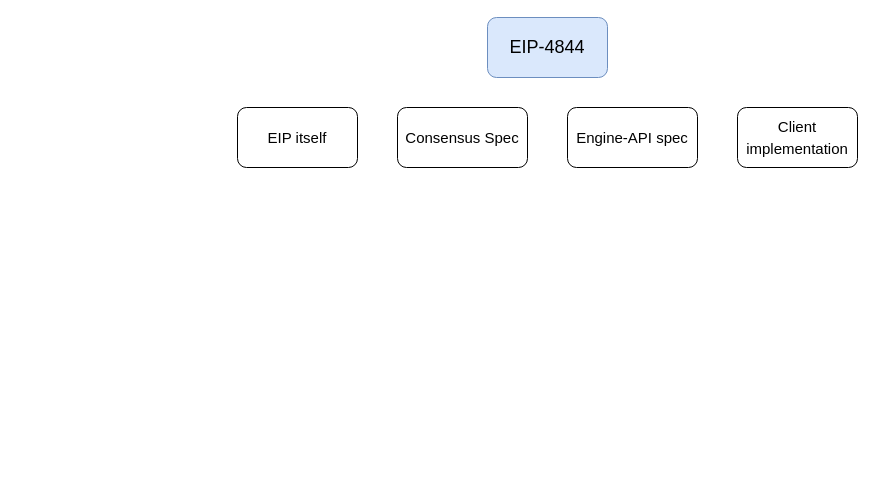
Above: ethereum-research/EIP-4844 work progress.drawio in 0xyicheng/a-research-diagram (draw.io), before the change. Source tidied: cells renumbered, new cells numbered last; positions are measured from the earlier drawing's top-left corner, leaving out a move shared by most shapes. Both pictures are drawn from the tidied source at 100%, with x=0, y=0 at pixel (237, 17).
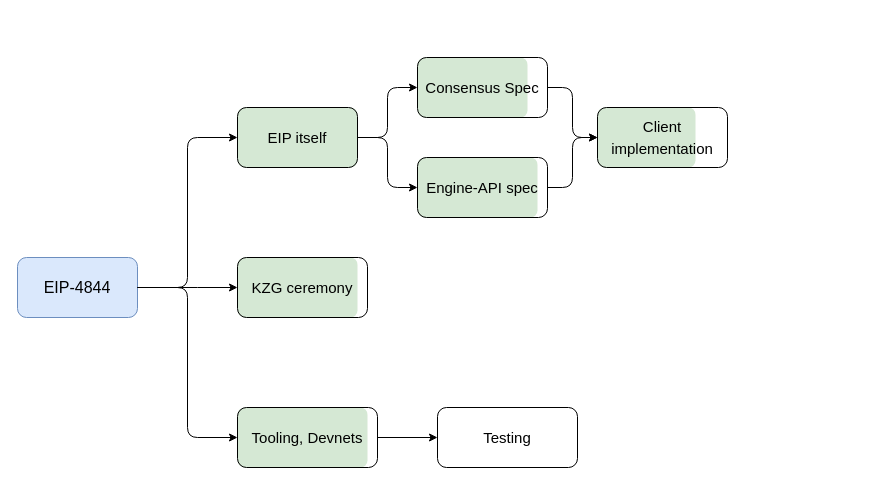
The same diagram, later.

What changed in the source:
```diff
@@
+    <mxCell id="7" style="rounded=1;whiteSpace=wrap;html=1;fontSize=16;labelBackgroundColor=none;glass=0;sketch=0;shadow=0;gradientDirection=east;fillStyle=auto;fillOpacity=100;imageWidth=24;arcSize=12;absoluteArcSize=0;overflow=visible;noLabel=0;strokeOpacity=100;direction=east;fixDash=0;backgroundOutline=0;imageAspect=1;fillColor=#d5e8d4;strokeWidth=1;strokeColor=none;" parent="1" vertex="1">
+      <mxGeometry y="90" width="120" height="60" as="geometry" />
+    </mxCell>
+    <mxCell id="3" value="&lt;font style=&quot;font-size: 15px;&quot;&gt;EIP itself&lt;/font&gt;" style="rounded=1;whiteSpace=wrap;html=1;fontSize=18;fillColor=none;" parent="1" vertex="1">
+      <mxGeometry y="90" width="120" height="60" as="geometry" />
+    </mxCell>
+    <mxCell id="8" style="rounded=1;whiteSpace=wrap;html=1;fontSize=16;labelBackgroundColor=none;glass=0;sketch=0;shadow=0;gradientDirection=east;fillStyle=auto;fillOpacity=100;imageWidth=24;arcSize=12;absoluteArcSize=0;overflow=visible;noLabel=0;strokeOpacity=100;direction=east;fixDash=0;backgroundOutline=0;imageAspect=1;fillColor=#d5e8d4;strokeWidth=1;strokeColor=none;" parent="1" vertex="1">
+      <mxGeometry y="390" width="130" height="60" as="geometry" />
+    </mxCell>
+    <mxCell id="9" value="&lt;font style=&quot;font-size: 15px;&quot;&gt;Tooling, Devnets&lt;/font&gt;" style="rounded=1;whiteSpace=wrap;html=1;fontSize=18;fillColor=none;" parent="1" vertex="1">
+      <mxGeometry y="390" width="140" height="60" as="geometry" />
+    </mxCell>
+    <mxCell id="10" style="rounded=1;whiteSpace=wrap;html=1;fontSize=16;labelBackgroundColor=none;glass=0;sketch=0;shadow=0;gradientDirection=east;fillStyle=auto;fillOpacity=100;imageWidth=24;arcSize=12;absoluteArcSize=0;overflow=visible;noLabel=0;strokeOpacity=100;direction=east;fixDash=0;backgroundOutline=0;imageAspect=1;fillColor=#d5e8d4;strokeWidth=1;strokeColor=none;" parent="1" vertex="1">
+      <mxGeometry y="240" width="120" height="60" as="geometry" />
+    </mxCell>
+    <mxCell id="11" style="rounded=1;whiteSpace=wrap;html=1;fontSize=16;labelBackgroundColor=none;glass=0;sketch=0;shadow=0;gradientDirection=east;fillStyle=auto;fillOpacity=100;imageWidth=24;arcSize=12;absoluteArcSize=0;overflow=visible;noLabel=0;strokeOpacity=100;direction=east;fixDash=0;backgroundOutline=0;imageAspect=1;fillColor=#d5e8d4;strokeWidth=1;strokeColor=none;" parent="1" vertex="1">
+      <mxGeometry x="180" y="140" width="120" height="60" as="geometry" />
+    </mxCell>
+    <mxCell id="5" value="&lt;span style=&quot;font-size: 15px;&quot;&gt;Engine-API spec&lt;/span&gt;" style="rounded=1;whiteSpace=wrap;html=1;fontSize=18;fillColor=none;" parent="1" vertex="1">
+      <mxGeometry x="180" y="140" width="130" height="60" as="geometry" />
+    </mxCell>
+    <mxCell id="12" value="&lt;font style=&quot;font-size: 15px;&quot;&gt;KZG ceremony&lt;/font&gt;" style="rounded=1;whiteSpace=wrap;html=1;fontSize=18;fillColor=none;" parent="1" vertex="1">
+      <mxGeometry y="240" width="130" height="60" as="geometry" />
+    </mxCell>
+    <mxCell id="13" style="rounded=1;whiteSpace=wrap;html=1;fontSize=16;labelBackgroundColor=none;glass=0;sketch=0;shadow=0;gradientDirection=east;fillStyle=auto;fillOpacity=100;imageWidth=24;arcSize=12;absoluteArcSize=0;overflow=visible;noLabel=0;strokeOpacity=100;direction=east;fixDash=0;backgroundOutline=0;imageAspect=1;fillColor=#d5e8d4;strokeWidth=1;strokeColor=none;" parent="1" vertex="1">
+      <mxGeometry x="360" y="90" width="98" height="60" as="geometry" />
+    </mxCell>
+    <mxCell id="6" value="&lt;font style=&quot;font-size: 15px;&quot;&gt;Client implementation&lt;/font&gt;" style="rounded=1;whiteSpace=wrap;html=1;fontSize=18;fillColor=none;" parent="1" vertex="1">
+      <mxGeometry x="360" y="90" width="130" height="60" as="geometry" />
+    </mxCell>
+    <mxCell id="14" style="rounded=1;whiteSpace=wrap;html=1;fontSize=16;labelBackgroundColor=none;glass=0;sketch=0;shadow=0;gradientDirection=east;fillStyle=auto;fillOpacity=100;imageWidth=24;arcSize=12;absoluteArcSize=0;overflow=visible;noLabel=0;strokeOpacity=100;direction=east;fixDash=0;backgroundOutline=0;imageAspect=1;fillColor=#d5e8d4;strokeWidth=1;strokeColor=none;" parent="1" vertex="1">
+      <mxGeometry x="180" y="40" width="110" height="60" as="geometry" />
+    </mxCell>
+    <mxCell id="4" value="&lt;font style=&quot;font-size: 15px;&quot;&gt;Consensus Spec&lt;/font&gt;" style="rounded=1;whiteSpace=wrap;html=1;fontSize=18;fillColor=none;" parent="1" vertex="1">
+      <mxGeometry x="180" y="40" width="130" height="60" as="geometry" />
+    </mxCell>
-    <mxCell id="2" value="&lt;font style=&quot;font-size: 18px;&quot;&gt;EIP-4844&lt;/font&gt;" style="rounded=1;whiteSpace=wrap;html=1;fillColor=#dae8fc;strokeColor=#6c8ebf;" parent="1" vertex="1">
-      <mxGeometry x="250" width="120" height="60" as="geometry" />
+    <mxCell id="2" value="&lt;font style=&quot;font-size: 16px;&quot;&gt;EIP-4844&lt;/font&gt;" style="rounded=1;whiteSpace=wrap;html=1;fillColor=#dae8fc;strokeColor=#6c8ebf;" parent="1" vertex="1">
+      <mxGeometry x="-220" y="240" width="120" height="60" as="geometry" />
     </mxCell>
-    <mxCell id="3" value="&lt;font style=&quot;font-size: 15px;&quot;&gt;EIP itself&lt;/font&gt;" style="rounded=1;whiteSpace=wrap;html=1;fontSize=18;" parent="1" vertex="1">
-      <mxGeometry y="90" width="120" height="60" as="geometry" />
-    </mxCell>
-    <mxCell id="4" value="&lt;font style=&quot;font-size: 15px;&quot;&gt;Consensus Spec&lt;/font&gt;" style="rounded=1;whiteSpace=wrap;html=1;fontSize=18;" parent="1" vertex="1">
-      <mxGeometry x="160" y="90" width="130" height="60" as="geometry" />
-    </mxCell>
-    <mxCell id="5" value="&lt;span style=&quot;font-size: 15px;&quot;&gt;Engine-API spec&lt;/span&gt;" style="rounded=1;whiteSpace=wrap;html=1;fontSize=18;" parent="1" vertex="1">
-      <mxGeometry x="330" y="90" width="130" height="60" as="geometry" />
-    </mxCell>
-    <mxCell id="6" value="&lt;font style=&quot;font-size: 15px;&quot;&gt;Client implementation&lt;/font&gt;" style="rounded=1;whiteSpace=wrap;html=1;fontSize=18;" parent="1" vertex="1">
-      <mxGeometry x="500" y="90" width="120" height="60" as="geometry" />
-    </mxCell>
+    <mxCell id="15" value="&lt;font style=&quot;font-size: 15px;&quot;&gt;Testing&lt;/font&gt;" style="rounded=1;whiteSpace=wrap;html=1;fontSize=18;fillColor=none;" parent="1" vertex="1">
+      <mxGeometry x="200" y="390" width="140" height="60" as="geometry" />
+    </mxCell>
+    <mxCell id="16" style="edgeStyle=orthogonalEdgeStyle;rounded=1;jettySize=auto;html=1;fontSize=20;elbow=vertical;perimeterSpacing=0;strokeOpacity=100;fillOpacity=100;jumpStyle=none;sketch=0;shadow=0;spacingTop=110;spacingLeft=999;labelPosition=center;verticalLabelPosition=middle;align=center;verticalAlign=middle;textDirection=ltr;fontStyle=4;horizontal=0;exitX=1;exitY=0.5;exitDx=0;exitDy=0;entryX=0;entryY=0.5;entryDx=0;entryDy=0;" parent="1" edge="1" source="2" target="3">
+      <mxGeometry relative="1" as="geometry" />
+    </mxCell>
+    <mxCell id="17" style="edgeStyle=orthogonalEdgeStyle;rounded=1;jettySize=auto;html=1;fontSize=20;elbow=vertical;perimeterSpacing=0;strokeOpacity=100;fillOpacity=100;jumpStyle=none;sketch=0;shadow=0;spacingTop=110;spacingLeft=999;labelPosition=center;verticalLabelPosition=middle;align=center;verticalAlign=middle;textDirection=ltr;fontStyle=4;horizontal=0;exitX=1;exitY=0.5;exitDx=0;exitDy=0;entryX=0;entryY=0.5;entryDx=0;entryDy=0;" parent="1" edge="1" source="2" target="9">
+      <mxGeometry relative="1" as="geometry" />
+    </mxCell>
+    <mxCell id="18" style="edgeStyle=orthogonalEdgeStyle;rounded=1;jettySize=auto;html=1;fontSize=20;elbow=vertical;perimeterSpacing=0;strokeOpacity=100;fillOpacity=100;jumpStyle=none;sketch=0;shadow=0;spacingTop=110;spacingLeft=999;labelPosition=center;verticalLabelPosition=middle;align=center;verticalAlign=middle;textDirection=ltr;fontStyle=4;horizontal=0;exitX=1;exitY=0.5;exitDx=0;exitDy=0;" parent="1" edge="1" source="2">
+      <mxGeometry relative="1" as="geometry">
+        <mxPoint y="270" as="targetPoint" />
+      </mxGeometry>
+    </mxCell>
+    <mxCell id="19" style="edgeStyle=orthogonalEdgeStyle;rounded=1;jettySize=auto;html=1;fontSize=20;elbow=vertical;perimeterSpacing=0;strokeOpacity=100;fillOpacity=100;jumpStyle=none;sketch=0;shadow=0;spacingTop=110;spacingLeft=999;labelPosition=center;verticalLabelPosition=middle;align=center;verticalAlign=middle;textDirection=ltr;fontStyle=4;horizontal=0;exitX=1;exitY=0.5;exitDx=0;exitDy=0;entryX=0;entryY=0.5;entryDx=0;entryDy=0;" parent="1" edge="1" source="3" target="4">
+      <mxGeometry relative="1" as="geometry" />
+    </mxCell>
+    <mxCell id="20" style="edgeStyle=orthogonalEdgeStyle;rounded=1;jettySize=auto;html=1;fontSize=20;elbow=vertical;perimeterSpacing=0;strokeOpacity=100;fillOpacity=100;jumpStyle=none;sketch=0;shadow=0;spacingTop=110;spacingLeft=999;labelPosition=center;verticalLabelPosition=middle;align=center;verticalAlign=middle;textDirection=ltr;fontStyle=4;horizontal=0;exitX=1;exitY=0.5;exitDx=0;exitDy=0;entryX=0;entryY=0.5;entryDx=0;entryDy=0;" parent="1" edge="1" source="3" target="5">
+      <mxGeometry relative="1" as="geometry" />
+    </mxCell>
+    <mxCell id="21" style="edgeStyle=orthogonalEdgeStyle;rounded=1;jettySize=auto;html=1;fontSize=20;elbow=vertical;perimeterSpacing=0;strokeOpacity=100;fillOpacity=100;jumpStyle=none;sketch=0;shadow=0;spacingTop=110;spacingLeft=999;labelPosition=center;verticalLabelPosition=middle;align=center;verticalAlign=middle;textDirection=ltr;fontStyle=4;horizontal=0;exitX=1;exitY=0.5;exitDx=0;exitDy=0;entryX=0;entryY=0.5;entryDx=0;entryDy=0;" parent="1" edge="1" source="4" target="6">
+      <mxGeometry relative="1" as="geometry" />
+    </mxCell>
+    <mxCell id="22" style="edgeStyle=orthogonalEdgeStyle;rounded=1;jettySize=auto;html=1;fontSize=20;elbow=vertical;perimeterSpacing=0;strokeOpacity=100;fillOpacity=100;jumpStyle=none;sketch=0;shadow=0;spacingTop=110;spacingLeft=999;labelPosition=center;verticalLabelPosition=middle;align=center;verticalAlign=middle;textDirection=ltr;fontStyle=4;horizontal=0;exitX=1;exitY=0.5;exitDx=0;exitDy=0;entryX=0;entryY=0.5;entryDx=0;entryDy=0;" parent="1" edge="1" source="5" target="6">
+      <mxGeometry relative="1" as="geometry" />
+    </mxCell>
+    <mxCell id="23" style="edgeStyle=orthogonalEdgeStyle;rounded=1;jettySize=auto;html=1;fontSize=20;elbow=vertical;perimeterSpacing=0;strokeOpacity=100;fillOpacity=100;jumpStyle=none;sketch=0;shadow=0;spacingTop=110;spacingLeft=999;labelPosition=center;verticalLabelPosition=middle;align=center;verticalAlign=middle;textDirection=ltr;fontStyle=4;horizontal=0;exitX=1;exitY=0.5;exitDx=0;exitDy=0;entryX=0;entryY=0.5;entryDx=0;entryDy=0;" parent="1" edge="1" source="9" target="15">
+      <mxGeometry relative="1" as="geometry" />
+    </mxCell>
```
